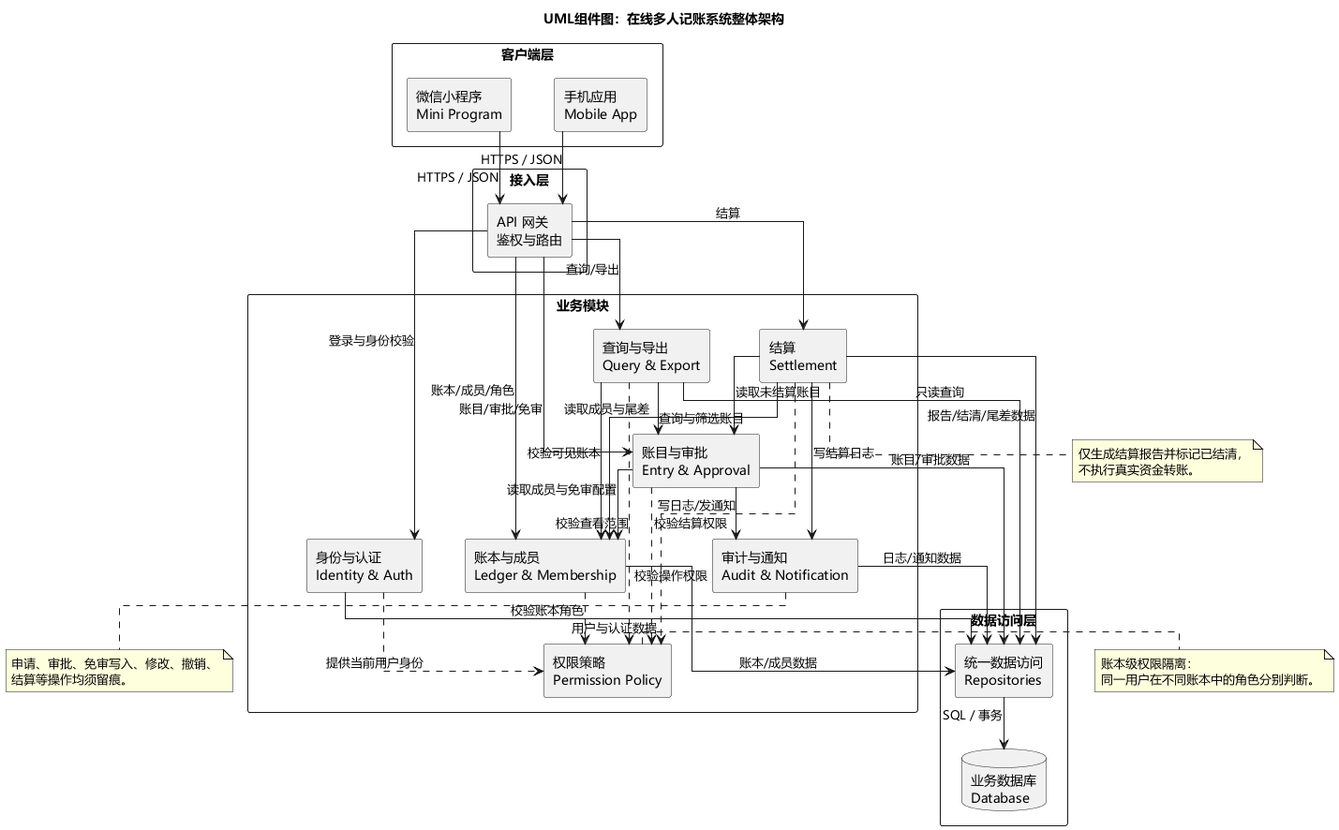
Earlier version of the PlantUML export lab2/UML/UML组件图.png (Hgx8724/multi-user-shared-accounting-system). Source of this version:
```plantuml
@startuml
skinparam backgroundColor #FFFFFF
skinparam defaultFontName "Microsoft YaHei"
skinparam shadowing false
skinparam componentStyle rectangle
skinparam packageStyle rectangle
skinparam nodesep 45
skinparam ranksep 55
skinparam linetype ortho

title UML组件图：在线多人记账系统整体架构

package "客户端层" {
  [手机应用\nMobile App] as MobileApp
  [微信小程序\nMini Program] as MiniProgram
}

package "接入层" {
  [API 网关\n鉴权与路由] as ApiGateway
}

package "业务模块" {
  [身份与认证\nIdentity & Auth] as Identity
  [账本与成员\nLedger & Membership] as LedgerModule
  [账目与审批\nEntry & Approval] as EntryModule
  [结算\nSettlement] as SettlementModule
  [查询与导出\nQuery & Export] as QueryModule
  [审计与通知\nAudit & Notification] as AuditModule
  [权限策略\nPermission Policy] as PermissionModule
}

package "数据访问层" {
  [统一数据访问\nRepositories] as Repository
  database "业务数据库\nDatabase" as Database
}

MobileApp --> ApiGateway : HTTPS / JSON
MiniProgram --> ApiGateway : HTTPS / JSON

ApiGateway --> Identity : 登录与身份校验
ApiGateway --> LedgerModule : 账本/成员/角色
ApiGateway --> EntryModule : 账目/审批/免审
ApiGateway --> SettlementModule : 结算
ApiGateway --> QueryModule : 查询/导出

Identity ..> PermissionModule : 提供当前用户身份
LedgerModule ..> PermissionModule : 校验账本角色
EntryModule ..> PermissionModule : 校验操作权限
SettlementModule ..> PermissionModule : 校验结算权限
QueryModule ..> PermissionModule : 校验查看范围

EntryModule --> LedgerModule : 读取成员与免审配置
EntryModule --> AuditModule : 写日志/发通知
SettlementModule --> EntryModule : 读取未结算账目
SettlementModule --> LedgerModule : 读取成员与尾差
SettlementModule --> AuditModule : 写结算日志
QueryModule --> LedgerModule : 校验可见账本
QueryModule --> EntryModule : 查询与筛选账目

Identity --> Repository : 用户与认证数据
LedgerModule --> Repository : 账本/成员数据
EntryModule --> Repository : 账目/审批数据
SettlementModule --> Repository : 报告/结清/尾差数据
QueryModule --> Repository : 只读查询
AuditModule --> Repository : 日志/通知数据
Repository --> Database : SQL / 事务

note right of PermissionModule
  账本级权限隔离：
  同一用户在不同账本中的角色分别判断。
end note

note bottom of AuditModule
  申请、审批、免审写入、修改、撤销、
  结算等操作均须留痕。
end note

note bottom of SettlementModule
  仅生成结算报告并标记已结清，
  不执行真实资金转账。
end note

@enduml
```
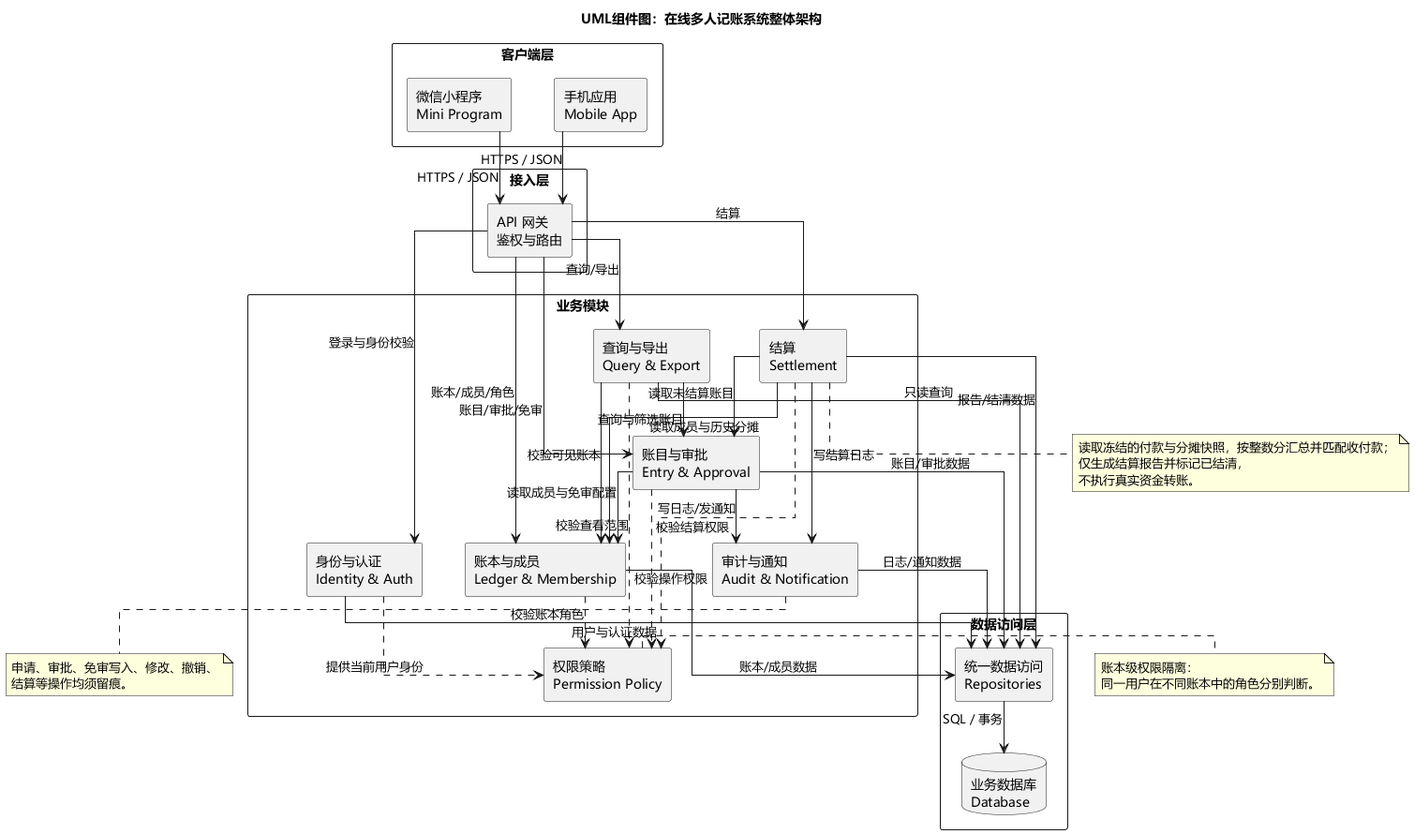
Above is the later version.

Diff of the diagram source:
```diff
@@ -52,7 +52,7 @@
 EntryModule --> LedgerModule : 读取成员与免审配置
 EntryModule --> AuditModule : 写日志/发通知
 SettlementModule --> EntryModule : 读取未结算账目
-SettlementModule --> LedgerModule : 读取成员与尾差
+SettlementModule --> LedgerModule : 读取成员与历史分摊
 SettlementModule --> AuditModule : 写结算日志
 QueryModule --> LedgerModule : 校验可见账本
 QueryModule --> EntryModule : 查询与筛选账目
@@ -60,7 +60,7 @@
 Identity --> Repository : 用户与认证数据
 LedgerModule --> Repository : 账本/成员数据
 EntryModule --> Repository : 账目/审批数据
-SettlementModule --> Repository : 报告/结清/尾差数据
+SettlementModule --> Repository : 报告/结清数据
 QueryModule --> Repository : 只读查询
 AuditModule --> Repository : 日志/通知数据
 Repository --> Database : SQL / 事务
@@ -76,6 +76,7 @@
 end note
 
 note bottom of SettlementModule
+  读取冻结的付款与分摊快照，按整数分汇总并匹配收付款；
   仅生成结算报告并标记已结清，
   不执行真实资金转账。
 end note
```
